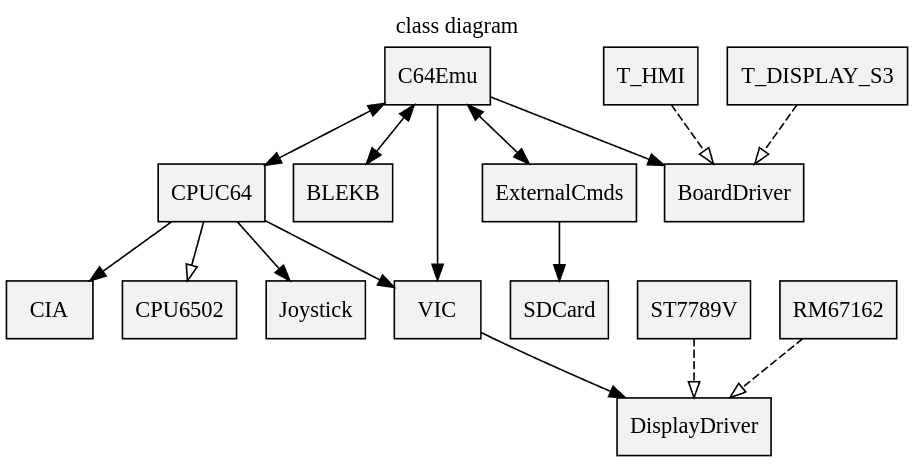
retroelec/T-HMI-C64 keeps this Graphviz diagram as doc/classdiagram.png. Above is the earlier version. Its source is kept beside it as doc/classdiagram.gv.
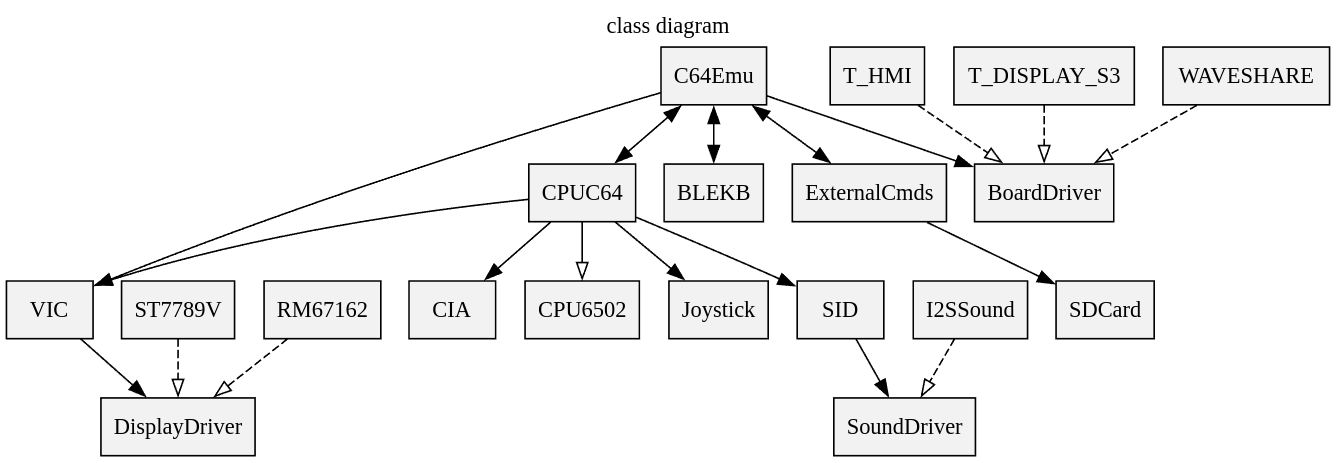
After the change.

The edit, as a diff of the source:
```diff
@@ -15,12 +15,16 @@
   C64Emu -> BoardDriver
   T_HMI -> BoardDriver [arrowhead=empty, style=dashed]
   T_DISPLAY_S3 -> BoardDriver [arrowhead=empty, style=dashed]
+  WAVESHARE -> BoardDriver [arrowhead=empty, style=dashed]
   ExternalCmds -> SDCard
   CPUC64 -> CIA
   CPUC64 -> CPU6502 [arrowhead=empty]
   CPUC64 -> Joystick
   CPUC64 -> VIC
+  CPUC64 -> SID
   VIC -> DisplayDriver
+  SID -> SoundDriver
   ST7789V -> DisplayDriver [arrowhead=empty, style=dashed]
   RM67162 -> DisplayDriver [arrowhead=empty, style=dashed]
+  I2SSound -> SoundDriver [arrowhead=empty, style=dashed]
 }
```
